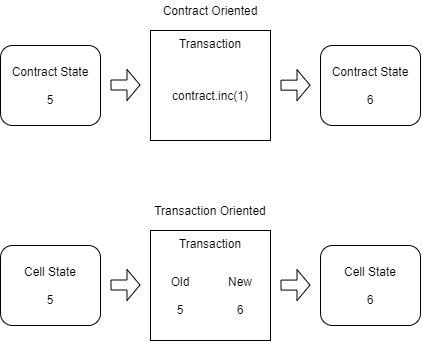
Earlier version of the draw.io export .gitbook/assets/contract-vs-transaction.png (jordanmack/developer-training-course-documentation). Source tidied: cells renumbered, new cells last; positions are measured from the earlier drawing's top-left corner, leaving out a move shared by most shapes.
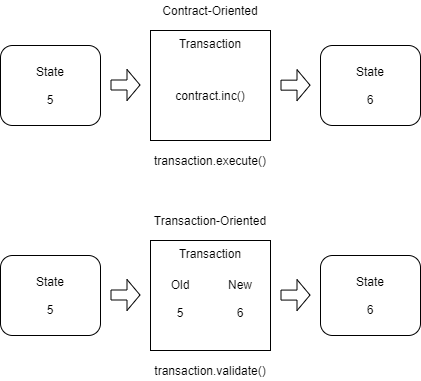
After the change.

Diff of the diagram source:
```diff
@@ -3,48 +3,48 @@
     <mxCell id="0" />
     <mxCell id="1" parent="0" />
     <mxCell id="2" value="Transaction" style="rounded=0;whiteSpace=wrap;html=1;verticalAlign=top;" parent="1" vertex="1">
-      <mxGeometry x="150" y="230" width="120" height="110" as="geometry" />
+      <mxGeometry x="150" y="240" width="120" height="110" as="geometry" />
     </mxCell>
     <mxCell id="3" value="Old&lt;br&gt;&lt;br&gt;5" style="text;html=1;strokeColor=none;fillColor=none;align=center;verticalAlign=middle;whiteSpace=wrap;rounded=0;" parent="1" vertex="1">
-      <mxGeometry x="160" y="270" width="40" height="50" as="geometry" />
+      <mxGeometry x="160" y="273" width="40" height="50" as="geometry" />
     </mxCell>
     <mxCell id="4" value="New&lt;br&gt;&lt;br&gt;6" style="text;html=1;strokeColor=none;fillColor=none;align=center;verticalAlign=middle;whiteSpace=wrap;rounded=0;" parent="1" vertex="1">
-      <mxGeometry x="220" y="270" width="40" height="50" as="geometry" />
+      <mxGeometry x="220" y="273" width="40" height="50" as="geometry" />
     </mxCell>
-    <mxCell id="5" value="Cell State&lt;br&gt;&lt;br&gt;5" style="text;html=1;fillColor=none;align=center;verticalAlign=middle;whiteSpace=wrap;rounded=1;strokeColor=#000000;" parent="1" vertex="1">
-      <mxGeometry y="245" width="100" height="80" as="geometry" />
+    <mxCell id="5" value="State&lt;br&gt;&lt;br&gt;5" style="text;html=1;fillColor=none;align=center;verticalAlign=middle;whiteSpace=wrap;rounded=1;strokeColor=#000000;" parent="1" vertex="1">
+      <mxGeometry y="255" width="100" height="80" as="geometry" />
     </mxCell>
-    <mxCell id="6" value="Cell State&lt;br&gt;&lt;br&gt;6" style="text;html=1;fillColor=none;align=center;verticalAlign=middle;whiteSpace=wrap;rounded=1;strokeColor=#000000;" parent="1" vertex="1">
-      <mxGeometry x="320" y="245" width="100" height="80" as="geometry" />
+    <mxCell id="6" value="State&lt;br&gt;&lt;br&gt;6" style="text;html=1;fillColor=none;align=center;verticalAlign=middle;whiteSpace=wrap;rounded=1;strokeColor=#000000;" parent="1" vertex="1">
+      <mxGeometry x="320" y="255" width="100" height="80" as="geometry" />
     </mxCell>
     <mxCell id="7" value="Transaction" style="rounded=0;whiteSpace=wrap;html=1;verticalAlign=top;" parent="1" vertex="1">
       <mxGeometry x="150" y="30" width="120" height="110" as="geometry" />
     </mxCell>
-    <mxCell id="8" value="contract.inc(1)" style="text;html=1;strokeColor=none;fillColor=none;align=center;verticalAlign=middle;whiteSpace=wrap;rounded=0;" parent="1" vertex="1">
+    <mxCell id="8" value="contract.inc()" style="text;html=1;strokeColor=none;fillColor=none;align=center;verticalAlign=middle;whiteSpace=wrap;rounded=0;" parent="1" vertex="1">
       <mxGeometry x="160" y="70" width="100" height="50" as="geometry" />
     </mxCell>
-    <mxCell id="9" value="Contract State&lt;br&gt;&lt;br&gt;5" style="text;html=1;fillColor=none;align=center;verticalAlign=middle;whiteSpace=wrap;rounded=1;strokeColor=#000000;" parent="1" vertex="1">
+    <mxCell id="9" value="State&lt;br&gt;&lt;br&gt;5" style="text;html=1;fillColor=none;align=center;verticalAlign=middle;whiteSpace=wrap;rounded=1;strokeColor=#000000;" parent="1" vertex="1">
       <mxGeometry y="45" width="100" height="80" as="geometry" />
     </mxCell>
-    <mxCell id="10" value="Contract State&lt;br&gt;&lt;br&gt;6" style="text;html=1;fillColor=none;align=center;verticalAlign=middle;whiteSpace=wrap;rounded=1;strokeColor=#000000;" parent="1" vertex="1">
+    <mxCell id="10" value="State&lt;br&gt;&lt;br&gt;6" style="text;html=1;fillColor=none;align=center;verticalAlign=middle;whiteSpace=wrap;rounded=1;strokeColor=#000000;" parent="1" vertex="1">
       <mxGeometry x="320" y="45" width="100" height="80" as="geometry" />
     </mxCell>
-    <mxCell id="11" value="Transaction Oriented" style="text;html=1;strokeColor=none;fillColor=none;align=center;verticalAlign=middle;whiteSpace=wrap;rounded=0;" parent="1" vertex="1">
-      <mxGeometry x="135" y="200" width="150" height="20" as="geometry" />
+    <mxCell id="11" value="Transaction-Oriented" style="text;html=1;strokeColor=none;fillColor=none;align=center;verticalAlign=middle;whiteSpace=wrap;rounded=0;" parent="1" vertex="1">
+      <mxGeometry x="135" y="210" width="150" height="20" as="geometry" />
     </mxCell>
-    <mxCell id="12" value="Contract Oriented" style="text;html=1;strokeColor=none;fillColor=none;align=center;verticalAlign=middle;whiteSpace=wrap;rounded=0;" parent="1" vertex="1">
+    <mxCell id="12" value="Contract-Oriented" style="text;html=1;strokeColor=none;fillColor=none;align=center;verticalAlign=middle;whiteSpace=wrap;rounded=0;" parent="1" vertex="1">
       <mxGeometry x="160" width="100" height="20" as="geometry" />
     </mxCell>
     <mxCell id="13" style="shape=flexArrow;endArrow=block;html=1;startSize=4;endSize=4;endFill=0;" parent="1" edge="1">
       <mxGeometry relative="1" as="geometry">
-        <mxPoint x="280" y="284.6" as="sourcePoint" />
-        <mxPoint x="310" y="284.6" as="targetPoint" />
+        <mxPoint x="280" y="294.6" as="sourcePoint" />
+        <mxPoint x="310" y="294.6" as="targetPoint" />
       </mxGeometry>
     </mxCell>
     <mxCell id="14" style="shape=flexArrow;endArrow=block;html=1;startSize=4;endSize=4;endFill=0;" parent="1" edge="1">
       <mxGeometry relative="1" as="geometry">
-        <mxPoint x="110" y="284.5" as="sourcePoint" />
-        <mxPoint x="140" y="284.5" as="targetPoint" />
+        <mxPoint x="110" y="294.5" as="sourcePoint" />
+        <mxPoint x="140" y="294.5" as="targetPoint" />
       </mxGeometry>
     </mxCell>
     <mxCell id="15" style="shape=flexArrow;endArrow=block;html=1;startSize=4;endSize=4;endFill=0;" parent="1" edge="1">
@@ -59,5 +59,11 @@
         <mxPoint x="310" y="84.7" as="targetPoint" />
       </mxGeometry>
     </mxCell>
+    <mxCell id="17" value="transaction.validate()" style="text;html=1;strokeColor=none;fillColor=none;align=center;verticalAlign=middle;whiteSpace=wrap;rounded=0;fontSize=12;" parent="1" vertex="1">
+      <mxGeometry x="190" y="360" width="40" height="20" as="geometry" />
+    </mxCell>
+    <mxCell id="18" value="transaction.execute()" style="text;html=1;strokeColor=none;fillColor=none;align=center;verticalAlign=middle;whiteSpace=wrap;rounded=0;fontSize=12;" parent="1" vertex="1">
+      <mxGeometry x="190" y="150" width="40" height="20" as="geometry" />
+    </mxCell>
   </root>
 </mxGraphModel>
```
